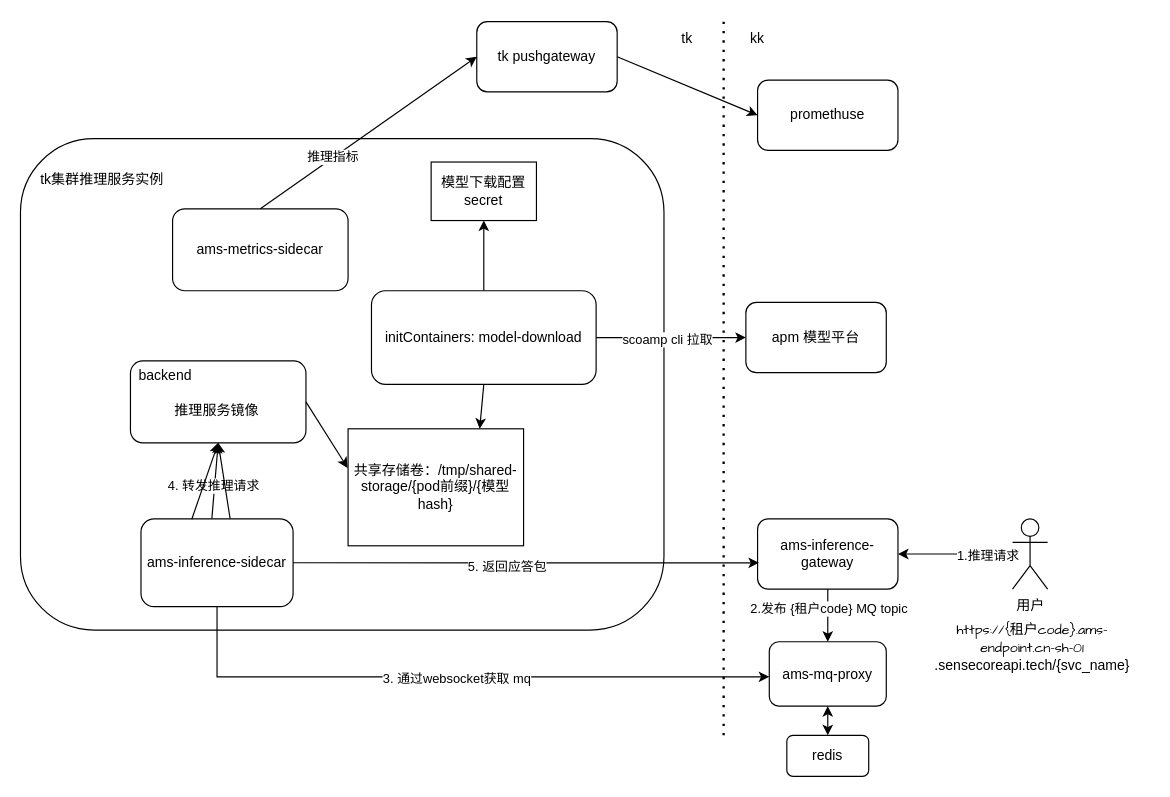
Before: tk集群推理服务创建.drawio in wangshujuan/PostImage, a draw.io diagram. Source tidied: cells renumbered, new cells numbered last; positions are measured from the earlier drawing's top-left corner, leaving out a move shared by most shapes. Both pictures are drawn from the tidied source at 117%, with x=0, y=0 at pixel (20, 21).
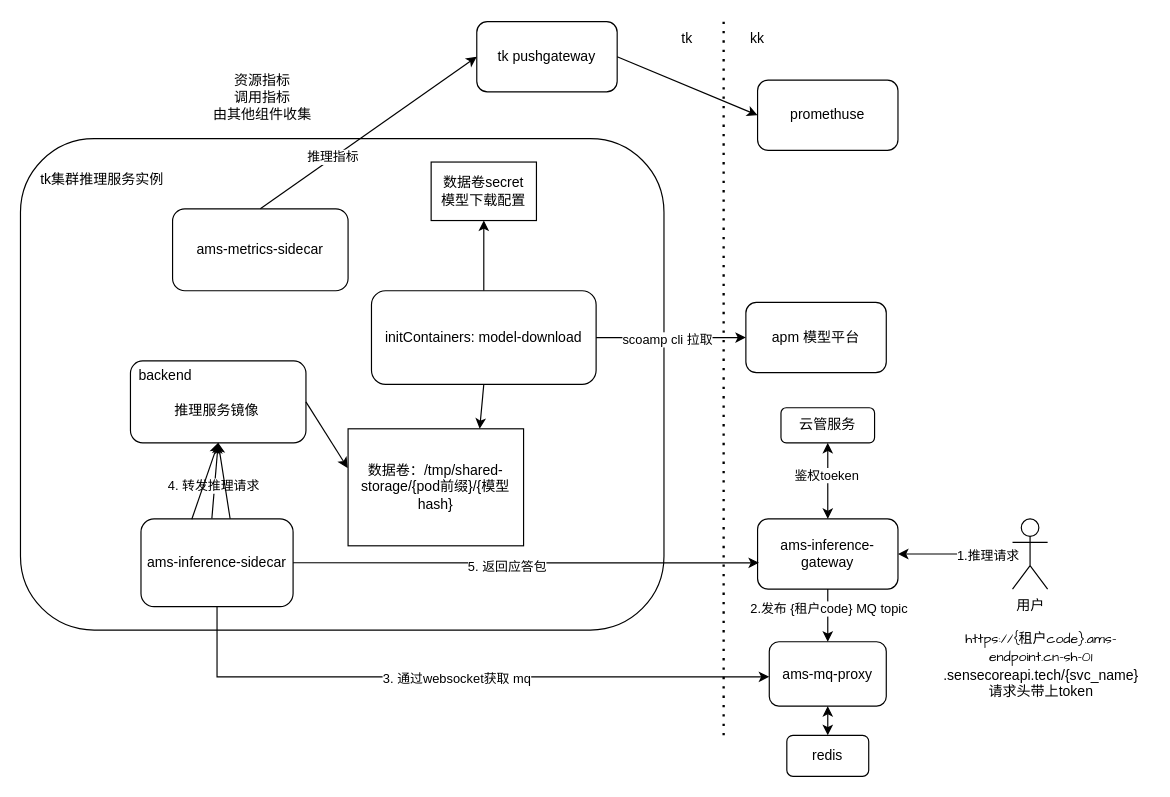
The same diagram, later.

Commit message:
更新tk集群推理服务创建.drawio

Unchanged cells that the change refers to:
```xml
<mxCell id="30" value="ams-inference-gateway" style="rounded=1;whiteSpace=wrap;html=1;" parent="1" vertex="1">
  <mxGeometry x="630" y="425" width="120" height="60" as="geometry" />
</mxCell>
```

Change to the diagram source:
```diff
@@
-    <mxCell id="14" value="共享存储卷：/tmp/shared-storage/{pod前缀}/{模型hash}" style="rounded=0;whiteSpace=wrap;html=1;" parent="1" vertex="1">
+    <mxCell id="14" value="数据卷：/tmp/shared-storage/{pod前缀}/{模型hash}" style="rounded=0;whiteSpace=wrap;html=1;" parent="1" vertex="1">
       <mxGeometry x="280" y="348" width="150" height="100" as="geometry" />
     </mxCell>
-    <mxCell id="15" value="模型下载配置secret" style="rounded=0;whiteSpace=wrap;html=1;" parent="1" vertex="1">
+    <mxCell id="15" value="数据卷secret&lt;br&gt;模型下载配置" style="rounded=0;whiteSpace=wrap;html=1;" parent="1" vertex="1">
       <mxGeometry x="351" y="120" width="90" height="50" as="geometry" />
     </mxCell>
@@
-    <mxCell id="42" value="&lt;div&gt;&lt;font face=&quot;Comic Sans MS&quot;&gt;https://{租户code}.ams-endpoint.cn-sh-01&lt;/font&gt;&lt;/div&gt;&lt;div&gt;&lt;font face=&quot;hgvZGUV7pVpP9-FOyaPt&quot;&gt;.sensecoreapi.tech/{svc_name}&lt;/font&gt;&lt;/div&gt;" style="text;html=1;strokeColor=none;fillColor=none;align=center;verticalAlign=middle;whiteSpace=wrap;rounded=0;" parent="1" vertex="1">
-      <mxGeometry x="834.9" y="520" width="60" height="30" as="geometry" />
+    <mxCell id="42" value="&lt;div&gt;&lt;font face=&quot;Comic Sans MS&quot;&gt;https://{租户code}.ams-endpoint.cn-sh-01&lt;/font&gt;&lt;/div&gt;&lt;div&gt;&lt;font face=&quot;hgvZGUV7pVpP9-FOyaPt&quot;&gt;.sensecoreapi.tech/{svc_name}&lt;/font&gt;&lt;/div&gt;&lt;div&gt;&lt;font face=&quot;hgvZGUV7pVpP9-FOyaPt&quot;&gt;请求头带上token&lt;/font&gt;&lt;/div&gt;" style="text;html=1;strokeColor=none;fillColor=none;align=center;verticalAlign=middle;whiteSpace=wrap;rounded=0;" parent="1" vertex="1">
+      <mxGeometry x="780" y="515" width="185.1" height="70" as="geometry" />
     </mxCell>
@@
+    <mxCell id="44" value="云管服务" style="rounded=1;whiteSpace=wrap;html=1;" parent="1" vertex="1">
+      <mxGeometry x="650" y="330" width="80" height="30" as="geometry" />
+    </mxCell>
+    <mxCell id="45" style="endArrow=classic;startArrow=classic;html=1;rounded=0;exitX=0.5;exitY=0;exitDx=0;exitDy=0;entryX=0.5;entryY=1;entryDx=0;entryDy=0;" parent="1" edge="1" source="30" target="44">
+      <mxGeometry relative="1" as="geometry" />
+    </mxCell>
+    <mxCell id="46" value="鉴权toeken" style="edgeLabel;html=1;align=center;verticalAlign=middle;" parent="45" vertex="1">
+      <mxGeometry x="0.18" y="2" relative="1" as="geometry" />
+    </mxCell>
+    <mxCell id="47" value="资源指标&lt;br&gt;调用指标&lt;br&gt;由其他组件收集" style="text;html=1;strokeColor=none;fillColor=none;align=center;verticalAlign=middle;whiteSpace=wrap;rounded=0;" parent="1" vertex="1">
+      <mxGeometry x="154" y="50" width="106" height="30" as="geometry" />
+    </mxCell>
```
